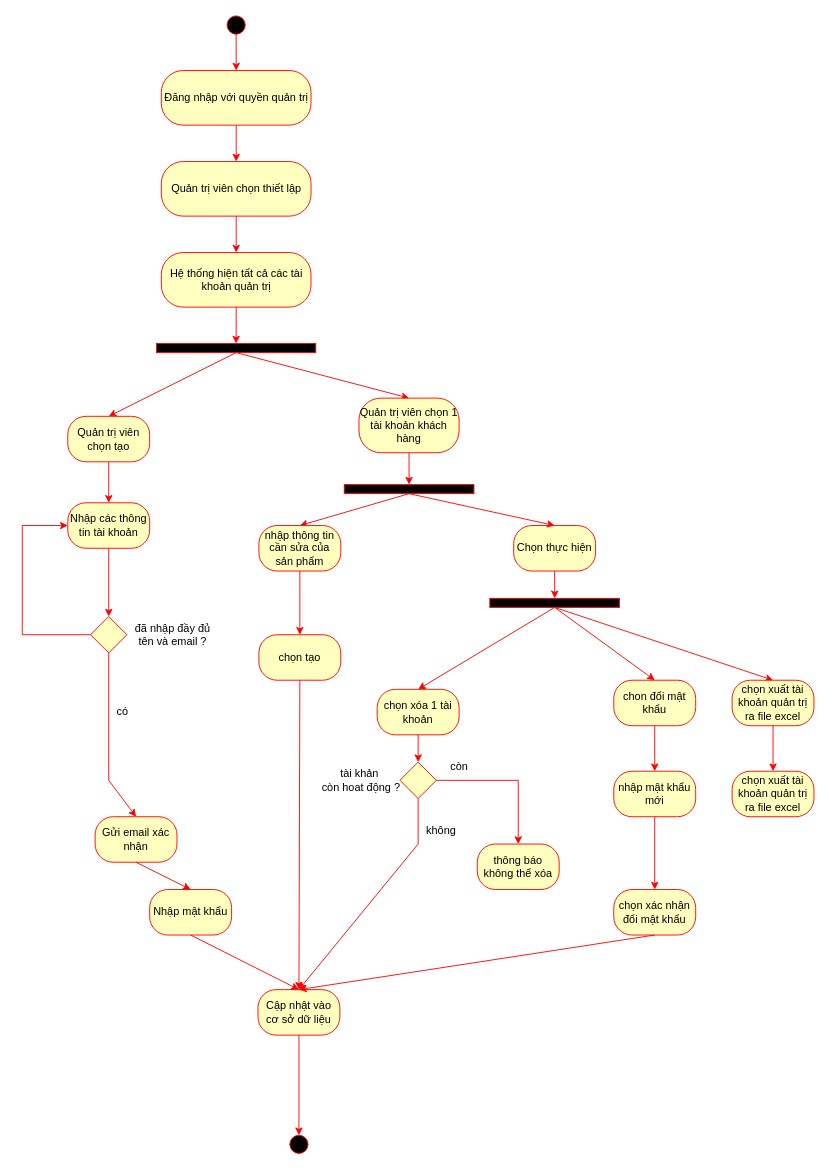
The draw.io diagram Nam3_HK1/CNPM_SoftTech/Activity Diagrams/Quân Huỳnh/AD_QuảnLýTàiKhoảnQuảnTrị.drawio in EdgarIgnite16/SGU-Course, before the edit. Source tidied: cells renumbered, new cells numbered last; positions are measured from the earlier drawing's top-left corner, leaving out a move shared by most shapes. Both pictures are drawn from the tidied source at 91%, with x=0, y=0 at pixel (22, 15).
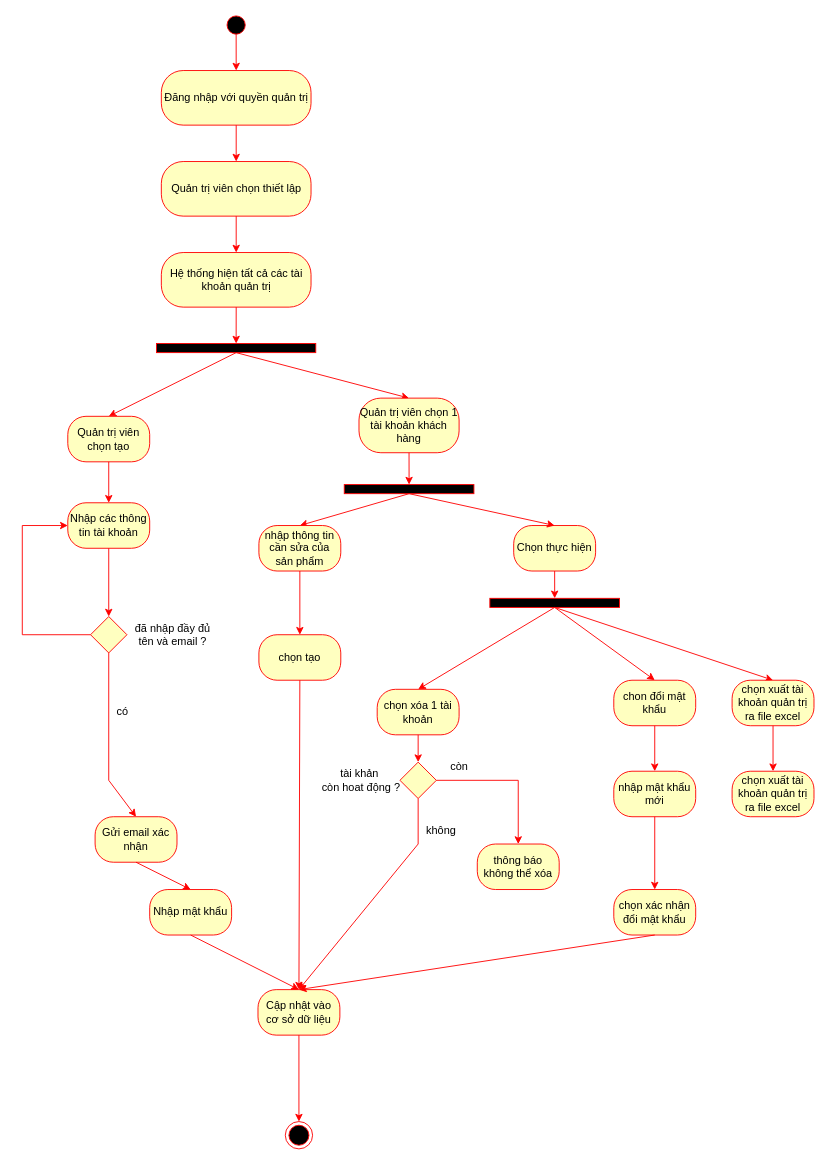
After the change.

The change refers to these unchanged cells:
```xml
<mxCell id="13" value="Cập nhật vào cơ sở dữ liệu" style="rounded=1;whiteSpace=wrap;html=1;arcSize=40;fontColor=#000000;fillColor=#ffffc0;strokeColor=#FF0000;" parent="1" vertex="1">
  <mxGeometry x="259" y="1070" width="90" height="50" as="geometry" />
</mxCell>
```

Change to the diagram source:
```diff
@@
-    <mxCell id="32" style="ellipse;whiteSpace=wrap;html=1;strokeColor=#FF0000;fillColor=#000000;" parent="1" vertex="1">
-      <mxGeometry x="294" y="1230" width="20" height="20" as="geometry" />
-    </mxCell>
-    <mxCell id="33" style="endArrow=classic;html=1;rounded=0;strokeColor=#FF0000;fontSize=10;exitX=0.5;exitY=1;exitDx=0;exitDy=0;entryX=0.5;entryY=0;entryDx=0;entryDy=0;" parent="1" edge="1" source="13" target="32">
+    <mxCell id="33" style="endArrow=classic;html=1;rounded=0;strokeColor=#FF0000;fontSize=10;exitX=0.5;exitY=1;exitDx=0;exitDy=0;entryX=0.5;entryY=0;entryDx=0;entryDy=0;" parent="1" edge="1" source="13" target="62">
       <mxGeometry relative="1" as="geometry" />
     </mxCell>
@@
+    <mxCell id="62" style="ellipse;html=1;shape=endState;fillColor=#000000;strokeColor=#ff0000;" parent="1" vertex="1">
+      <mxGeometry x="289" y="1215" width="30" height="30" as="geometry" />
+    </mxCell>
```
